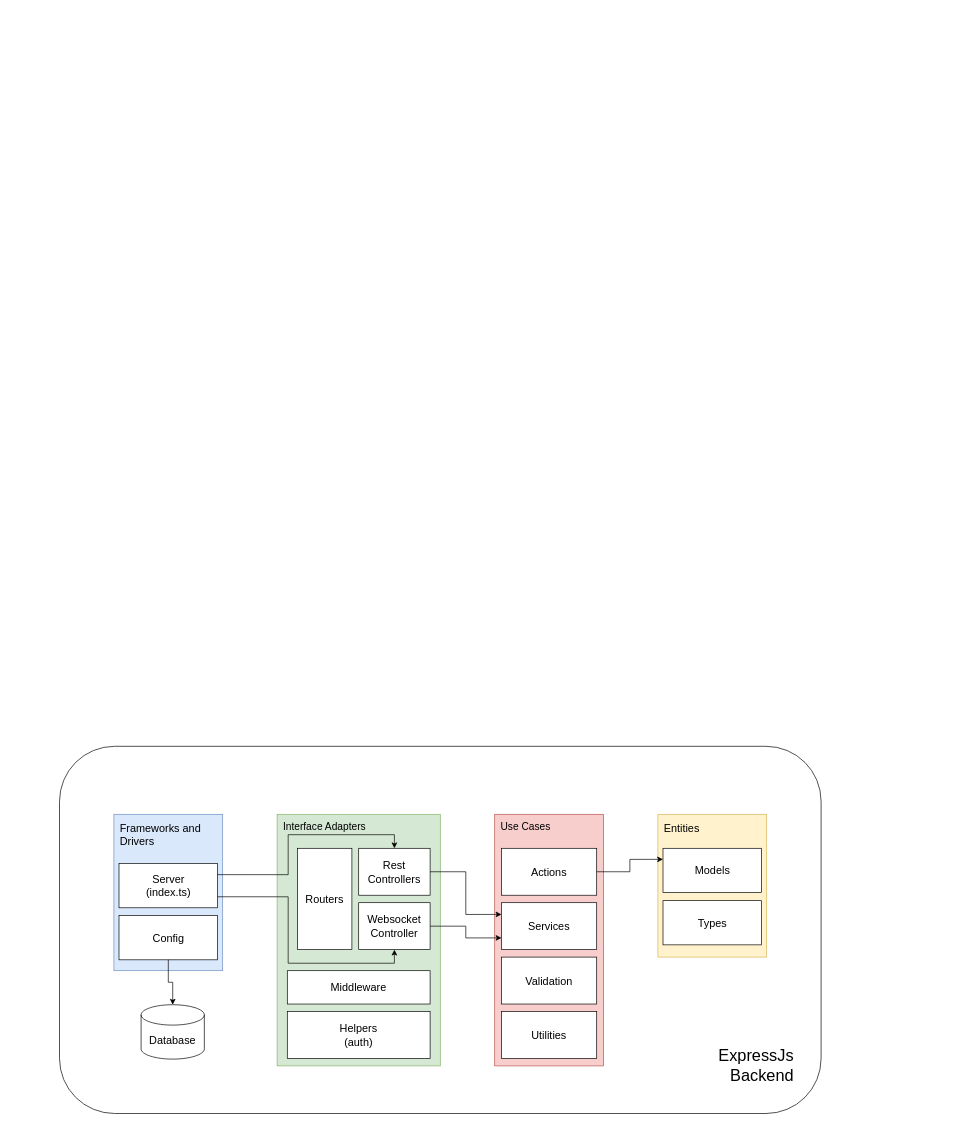
AliceHincu/University keeps this draw.io diagram as ArchitectureDiagram.drawio. Above is the earlier version. Source tidied: cells renumbered, new cells numbered last; positions are measured from the earlier drawing's top-left corner, leaving out a move shared by most shapes. Both pictures are drawn from the tidied source at 68%, with x=0, y=0 at pixel (59, 746).
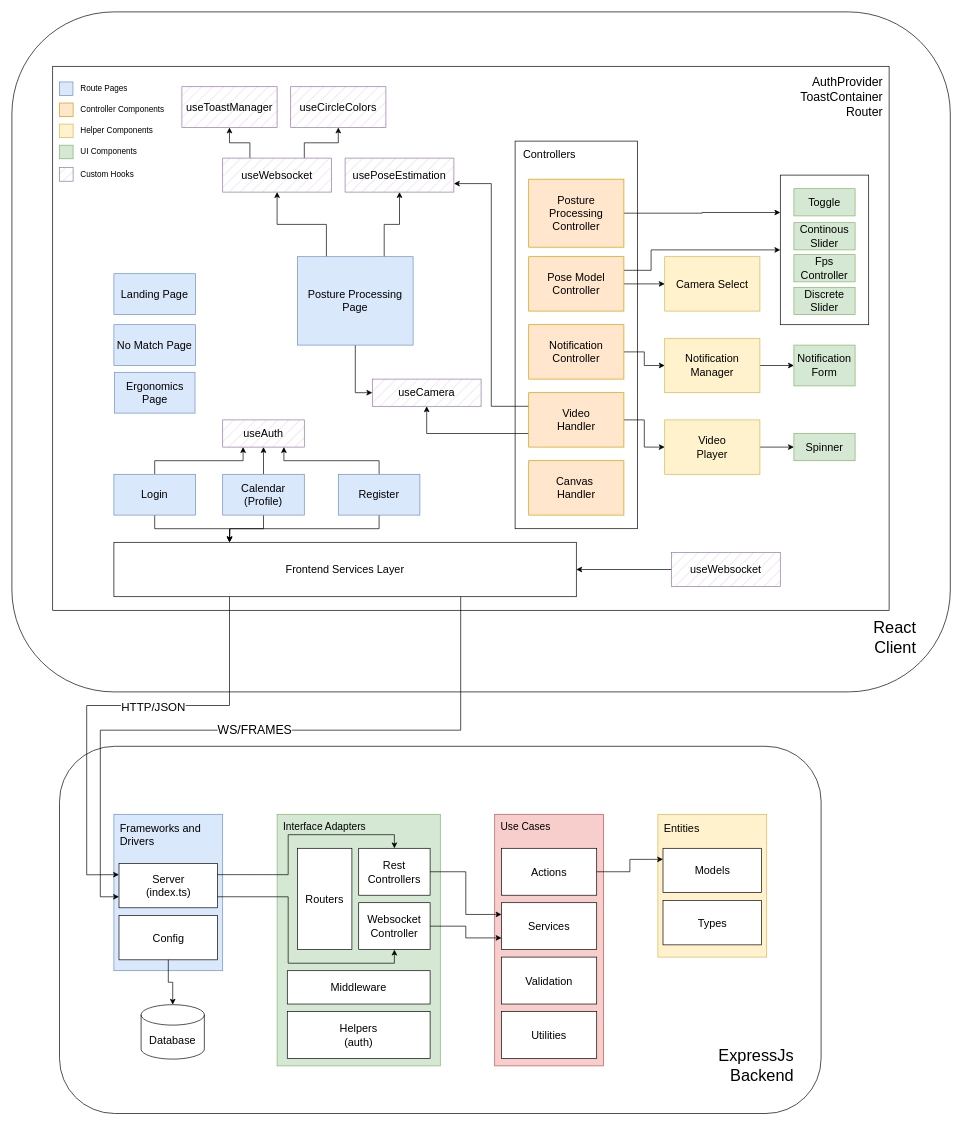
The same page after the edit.

Unchanged cells that the change refers to:
```xml
<mxCell id="19" value="Server &lt;br&gt;(index.ts)" style="rounded=0;whiteSpace=wrap;html=1;fontSize=16;" parent="16" vertex="1">
  <mxGeometry x="7.5" y="72.5" width="145" height="65" as="geometry" />
</mxCell>
```

Change to the diagram source:
```diff
@@
+    <mxCell id="35" value="React&lt;br&gt;Client" style="rounded=1;whiteSpace=wrap;html=1;fontSize=24;gradientColor=none;fillColor=none;verticalAlign=bottom;align=right;spacing=50;" parent="1" vertex="1">
+      <mxGeometry x="-70" y="-1080" width="1380" height="1000" as="geometry" />
+    </mxCell>
+    <mxCell id="36" value="AuthProvider&lt;br style=&quot;font-size: 18px;&quot;&gt;ToastContainer&lt;br style=&quot;font-size: 18px;&quot;&gt;&lt;div style=&quot;font-size: 18px;&quot;&gt;&lt;span style=&quot;background-color: initial; font-size: 18px;&quot;&gt;Router&lt;/span&gt;&lt;/div&gt;" style="rounded=0;whiteSpace=wrap;html=1;fillColor=none;fontSize=18;align=right;verticalAlign=top;spacing=9;spacingLeft=6;" parent="1" vertex="1">
+      <mxGeometry x="-10" y="-1000" width="1230" height="800" as="geometry" />
+    </mxCell>
+    <mxCell id="37" style="rounded=0;whiteSpace=wrap;html=1;fillColor=none;align=left;verticalAlign=top;spacing=7;fontSize=16;" parent="1" vertex="1">
+      <mxGeometry x="1060" y="-840" width="130" height="220" as="geometry" />
+    </mxCell>
@@
+    <mxCell id="38" value="useCamera" style="rounded=0;whiteSpace=wrap;html=1;fillColor=#e1d5e7;strokeColor=#9673a6;fontSize=16;fillStyle=hatch;" parent="1" vertex="1">
+      <mxGeometry x="460" y="-540" width="160" height="40" as="geometry" />
+    </mxCell>
+    <mxCell id="39" value="useCircleColors" style="rounded=0;whiteSpace=wrap;html=1;fillColor=#e1d5e7;strokeColor=#9673a6;fontSize=16;fillStyle=hatch;" parent="1" vertex="1">
+      <mxGeometry x="340" y="-970" width="140" height="60" as="geometry" />
+    </mxCell>
+    <mxCell id="40" value="useToastManager" style="rounded=0;whiteSpace=wrap;html=1;fillColor=#e1d5e7;strokeColor=#9673a6;fontSize=16;fillStyle=hatch;" parent="1" vertex="1">
+      <mxGeometry x="180" y="-970" width="140" height="60" as="geometry" />
+    </mxCell>
+    <mxCell id="41" style="edgeStyle=orthogonalEdgeStyle;rounded=0;jettySize=auto;html=1;exitX=0.25;exitY=0;exitDx=0;exitDy=0;entryX=0.5;entryY=1;entryDx=0;entryDy=0;" parent="1" edge="1" source="43" target="40">
+      <mxGeometry relative="1" as="geometry" />
+    </mxCell>
+    <mxCell id="42" style="edgeStyle=orthogonalEdgeStyle;rounded=0;jettySize=auto;html=1;exitX=0.75;exitY=0;exitDx=0;exitDy=0;entryX=0.5;entryY=1;entryDx=0;entryDy=0;" parent="1" edge="1" source="43" target="39">
+      <mxGeometry relative="1" as="geometry" />
+    </mxCell>
+    <mxCell id="43" value="useWebsocket" style="rounded=0;whiteSpace=wrap;html=1;fillColor=#e1d5e7;strokeColor=#9673a6;fontSize=16;fillStyle=hatch;" parent="1" vertex="1">
+      <mxGeometry x="240" y="-865" width="160" height="50" as="geometry" />
+    </mxCell>
+    <mxCell id="44" value="useAuth" style="rounded=0;whiteSpace=wrap;html=1;fillColor=#e1d5e7;strokeColor=#9673a6;fontSize=16;fillStyle=hatch;" parent="1" vertex="1">
+      <mxGeometry x="240" y="-480" width="120" height="40" as="geometry" />
+    </mxCell>
+    <mxCell id="45" value="Landing Page" style="rounded=0;whiteSpace=wrap;html=1;fillColor=#dae8fc;strokeColor=#6c8ebf;fillStyle=auto;fontSize=16;" parent="1" vertex="1">
+      <mxGeometry x="80" y="-695" width="120" height="60" as="geometry" />
+    </mxCell>
+    <mxCell id="46" value="No Match Page" style="rounded=0;whiteSpace=wrap;html=1;fillColor=#dae8fc;strokeColor=#6c8ebf;fillStyle=auto;fontSize=16;" parent="1" vertex="1">
+      <mxGeometry x="80" y="-620" width="120" height="60" as="geometry" />
+    </mxCell>
+    <mxCell id="47" style="edgeStyle=orthogonalEdgeStyle;rounded=0;jettySize=auto;html=1;exitX=0.5;exitY=0;exitDx=0;exitDy=0;entryX=0.5;entryY=1;entryDx=0;entryDy=0;" parent="1" edge="1" source="49" target="44">
+      <mxGeometry relative="1" as="geometry" />
+    </mxCell>
+    <mxCell id="48" style="edgeStyle=orthogonalEdgeStyle;rounded=0;jettySize=auto;html=1;exitX=0.5;exitY=1;exitDx=0;exitDy=0;" parent="1" edge="1" source="49">
+      <mxGeometry relative="1" as="geometry">
+        <mxPoint x="250" y="-300" as="targetPoint" />
+      </mxGeometry>
+    </mxCell>
+    <mxCell id="49" value="Calendar&lt;br&gt;(Profile)" style="rounded=0;whiteSpace=wrap;html=1;fillColor=#dae8fc;strokeColor=#6c8ebf;fillStyle=auto;fontSize=16;" parent="1" vertex="1">
+      <mxGeometry x="240" y="-400" width="120" height="60" as="geometry" />
+    </mxCell>
+    <mxCell id="50" style="edgeStyle=orthogonalEdgeStyle;rounded=0;jettySize=auto;html=1;exitX=0.5;exitY=0;exitDx=0;exitDy=0;entryX=0.25;entryY=1;entryDx=0;entryDy=0;" parent="1" edge="1" source="52" target="44">
+      <mxGeometry relative="1" as="geometry" />
+    </mxCell>
+    <mxCell id="51" style="edgeStyle=orthogonalEdgeStyle;rounded=0;jettySize=auto;html=1;exitX=0.5;exitY=1;exitDx=0;exitDy=0;entryX=0.25;entryY=0;entryDx=0;entryDy=0;" parent="1" edge="1" source="52" target="62">
+      <mxGeometry relative="1" as="geometry" />
+    </mxCell>
+    <mxCell id="52" value="Login" style="rounded=0;whiteSpace=wrap;html=1;fillColor=#dae8fc;strokeColor=#6c8ebf;fillStyle=auto;fontSize=16;" parent="1" vertex="1">
+      <mxGeometry x="80" y="-400" width="120" height="60" as="geometry" />
+    </mxCell>
+    <mxCell id="53" style="edgeStyle=orthogonalEdgeStyle;rounded=0;jettySize=auto;html=1;exitX=0.5;exitY=0;exitDx=0;exitDy=0;entryX=0.75;entryY=1;entryDx=0;entryDy=0;" parent="1" edge="1" source="55" target="44">
+      <mxGeometry relative="1" as="geometry" />
+    </mxCell>
+    <mxCell id="54" style="edgeStyle=orthogonalEdgeStyle;rounded=0;jettySize=auto;html=1;exitX=0.5;exitY=1;exitDx=0;exitDy=0;" parent="1" edge="1" source="55">
+      <mxGeometry relative="1" as="geometry">
+        <mxPoint x="250" y="-300" as="targetPoint" />
+      </mxGeometry>
+    </mxCell>
+    <mxCell id="55" value="Register" style="rounded=0;whiteSpace=wrap;html=1;fillColor=#dae8fc;strokeColor=#6c8ebf;fillStyle=auto;fontSize=16;" parent="1" vertex="1">
+      <mxGeometry x="410" y="-400" width="120" height="60" as="geometry" />
+    </mxCell>
+    <mxCell id="56" value="Ergonomics &lt;br&gt;Page" style="rounded=0;whiteSpace=wrap;html=1;fillColor=#dae8fc;strokeColor=#6c8ebf;fillStyle=auto;fontSize=16;" parent="1" vertex="1">
+      <mxGeometry x="80.8" y="-550" width="118.5" height="60" as="geometry" />
+    </mxCell>
+    <mxCell id="57" style="edgeStyle=orthogonalEdgeStyle;rounded=0;jettySize=auto;html=1;exitX=0.75;exitY=0;exitDx=0;exitDy=0;entryX=0.5;entryY=1;entryDx=0;entryDy=0;" parent="1" edge="1" source="60" target="78">
+      <mxGeometry relative="1" as="geometry" />
+    </mxCell>
+    <mxCell id="58" style="edgeStyle=orthogonalEdgeStyle;rounded=0;jettySize=auto;html=1;exitX=0.25;exitY=0;exitDx=0;exitDy=0;entryX=0.5;entryY=1;entryDx=0;entryDy=0;" parent="1" edge="1" source="60" target="43">
+      <mxGeometry relative="1" as="geometry" />
+    </mxCell>
+    <mxCell id="59" style="edgeStyle=orthogonalEdgeStyle;rounded=0;jettySize=auto;html=1;exitX=0.5;exitY=1;exitDx=0;exitDy=0;entryX=0;entryY=0.5;entryDx=0;entryDy=0;" parent="1" edge="1" source="60" target="38">
+      <mxGeometry relative="1" as="geometry" />
+    </mxCell>
+    <mxCell id="60" value="Posture Processing&lt;br&gt;Page" style="rounded=0;whiteSpace=wrap;html=1;fillColor=#dae8fc;strokeColor=#6c8ebf;fillStyle=auto;fontSize=16;" parent="1" vertex="1">
+      <mxGeometry x="350" y="-720" width="170" height="130" as="geometry" />
+    </mxCell>
+    <mxCell id="61" value="WS/FRAMES" style="edgeStyle=orthogonalEdgeStyle;rounded=0;jettySize=auto;html=1;exitX=0.75;exitY=1;exitDx=0;exitDy=0;entryX=0;entryY=0.75;entryDx=0;entryDy=0;fontSize=18;" parent="1" edge="1" source="62" target="19">
+      <mxGeometry relative="1" as="geometry" />
+    </mxCell>
+    <mxCell id="62" value="Frontend Services Layer" style="rounded=0;whiteSpace=wrap;html=1;fontSize=16;fillColor=none;" parent="1" vertex="1">
+      <mxGeometry x="80" y="-300" width="680" height="80" as="geometry" />
+    </mxCell>
+    <mxCell id="63" style="endArrow=classic;html=1;rounded=0;exitX=0.25;exitY=1;exitDx=0;exitDy=0;entryX=0;entryY=0.25;entryDx=0;entryDy=0;" parent="1" edge="1" source="62" target="19">
+      <mxGeometry relative="1" as="geometry">
+        <Array as="points">
+          <mxPoint x="250" y="-60" />
+          <mxPoint x="40" y="-60" />
+          <mxPoint x="40" y="189" />
+        </Array>
+      </mxGeometry>
+    </mxCell>
+    <mxCell id="64" value="HTTP/JSON" style="edgeLabel;html=1;align=center;verticalAlign=middle;fontSize=17;" parent="63" vertex="1">
+      <mxGeometry x="-0.18" y="2" relative="1" as="geometry" />
+    </mxCell>
+    <mxCell id="65" value="Controllers" style="rounded=0;whiteSpace=wrap;html=1;fillColor=none;fontSize=16;align=left;verticalAlign=top;spacing=6;spacingLeft=6;" parent="1" vertex="1">
+      <mxGeometry x="670" y="-890" width="180" height="570" as="geometry" />
+    </mxCell>
+    <mxCell id="66" style="edgeStyle=orthogonalEdgeStyle;rounded=0;jettySize=auto;html=1;exitX=1;exitY=0.5;exitDx=0;exitDy=0;entryX=0;entryY=0.5;entryDx=0;entryDy=0;" parent="1" edge="1" source="68" target="83">
+      <mxGeometry relative="1" as="geometry" />
+    </mxCell>
+    <mxCell id="67" style="edgeStyle=orthogonalEdgeStyle;rounded=0;jettySize=auto;html=1;exitX=1;exitY=0.25;exitDx=0;exitDy=0;entryX=0;entryY=0.5;entryDx=0;entryDy=0;" parent="1" edge="1" source="68" target="37">
+      <mxGeometry relative="1" as="geometry">
+        <Array as="points">
+          <mxPoint x="870" y="-700" />
+          <mxPoint x="870" y="-730" />
+        </Array>
+      </mxGeometry>
+    </mxCell>
+    <mxCell id="68" value="Pose Model&lt;br&gt;Controller" style="rounded=0;whiteSpace=wrap;html=1;fillColor=#ffe6cc;strokeColor=#d79b00;fillStyle=auto;fontSize=16;" parent="1" vertex="1">
+      <mxGeometry x="690" y="-720" width="140" height="80" as="geometry" />
+    </mxCell>
+    <mxCell id="69" style="edgeStyle=orthogonalEdgeStyle;rounded=0;jettySize=auto;html=1;exitX=1;exitY=0.5;exitDx=0;exitDy=0;entryX=0;entryY=0.25;entryDx=0;entryDy=0;" parent="1" edge="1" source="70" target="37">
+      <mxGeometry relative="1" as="geometry" />
+    </mxCell>
+    <mxCell id="70" value="Posture Processing&lt;br&gt;Controller" style="rounded=0;whiteSpace=wrap;html=1;fillColor=#ffe6cc;strokeColor=#d79b00;fillStyle=auto;fontSize=16;" parent="1" vertex="1">
+      <mxGeometry x="690" y="-834" width="140" height="100" as="geometry" />
+    </mxCell>
+    <mxCell id="71" style="edgeStyle=orthogonalEdgeStyle;rounded=0;jettySize=auto;html=1;exitX=1;exitY=0.5;exitDx=0;exitDy=0;entryX=0;entryY=0.5;entryDx=0;entryDy=0;" parent="1" edge="1" source="72" target="82">
+      <mxGeometry relative="1" as="geometry" />
+    </mxCell>
+    <mxCell id="72" value="Notification&lt;br&gt;Controller" style="rounded=0;whiteSpace=wrap;html=1;fillColor=#ffe6cc;strokeColor=#d79b00;fillStyle=auto;fontSize=16;" parent="1" vertex="1">
+      <mxGeometry x="690" y="-620" width="140" height="80" as="geometry" />
+    </mxCell>
+    <mxCell id="73" style="edgeStyle=orthogonalEdgeStyle;rounded=0;jettySize=auto;html=1;exitX=0;exitY=0.25;exitDx=0;exitDy=0;entryX=1;entryY=0.75;entryDx=0;entryDy=0;" parent="1" edge="1" source="76" target="78">
+      <mxGeometry relative="1" as="geometry" />
+    </mxCell>
+    <mxCell id="74" style="edgeStyle=orthogonalEdgeStyle;rounded=0;jettySize=auto;html=1;exitX=0;exitY=0.75;exitDx=0;exitDy=0;entryX=0.5;entryY=1;entryDx=0;entryDy=0;" parent="1" edge="1" source="76" target="38">
+      <mxGeometry relative="1" as="geometry" />
+    </mxCell>
+    <mxCell id="75" style="edgeStyle=orthogonalEdgeStyle;rounded=0;jettySize=auto;html=1;exitX=1;exitY=0.5;exitDx=0;exitDy=0;entryX=0;entryY=0.5;entryDx=0;entryDy=0;" parent="1" edge="1" source="76" target="80">
+      <mxGeometry relative="1" as="geometry" />
+    </mxCell>
+    <mxCell id="76" value="Video&lt;br&gt;Handler" style="rounded=0;whiteSpace=wrap;html=1;fillColor=#ffe6cc;strokeColor=#d79b00;fillStyle=auto;fontSize=16;" parent="1" vertex="1">
+      <mxGeometry x="690" y="-520" width="140" height="80" as="geometry" />
+    </mxCell>
+    <mxCell id="77" value="Canvas&amp;nbsp;&lt;br&gt;Handler" style="rounded=0;whiteSpace=wrap;html=1;fillColor=#ffe6cc;strokeColor=#d79b00;fillStyle=auto;fontSize=16;" parent="1" vertex="1">
+      <mxGeometry x="690" y="-420" width="140" height="80" as="geometry" />
+    </mxCell>
+    <mxCell id="78" value="usePoseEstimation" style="rounded=0;whiteSpace=wrap;html=1;fillColor=#e1d5e7;strokeColor=#9673a6;fontSize=16;fillStyle=hatch;" parent="1" vertex="1">
+      <mxGeometry x="420" y="-865" width="160" height="50" as="geometry" />
+    </mxCell>
+    <mxCell id="79" style="edgeStyle=orthogonalEdgeStyle;rounded=0;jettySize=auto;html=1;exitX=1;exitY=0.5;exitDx=0;exitDy=0;entryX=0;entryY=0.5;entryDx=0;entryDy=0;" parent="1" edge="1" source="80" target="91">
+      <mxGeometry relative="1" as="geometry" />
+    </mxCell>
+    <mxCell id="80" value="Video&lt;br&gt;Player" style="rounded=0;whiteSpace=wrap;html=1;fillColor=#fff2cc;strokeColor=#d6b656;fillStyle=auto;fontSize=16;" parent="1" vertex="1">
+      <mxGeometry x="890" y="-480" width="140" height="80" as="geometry" />
+    </mxCell>
+    <mxCell id="81" style="edgeStyle=orthogonalEdgeStyle;rounded=0;jettySize=auto;html=1;exitX=1;exitY=0.5;exitDx=0;exitDy=0;entryX=0;entryY=0.5;entryDx=0;entryDy=0;" parent="1" edge="1" source="82" target="88">
+      <mxGeometry relative="1" as="geometry" />
+    </mxCell>
+    <mxCell id="82" value="Notification&lt;br&gt;Manager" style="rounded=0;whiteSpace=wrap;html=1;fillColor=#fff2cc;strokeColor=#d6b656;fillStyle=auto;fontSize=16;" parent="1" vertex="1">
+      <mxGeometry x="890" y="-600" width="140" height="80" as="geometry" />
+    </mxCell>
+    <mxCell id="83" value="Camera Select" style="rounded=0;whiteSpace=wrap;html=1;fillColor=#fff2cc;strokeColor=#d6b656;fillStyle=auto;fontSize=16;" parent="1" vertex="1">
+      <mxGeometry x="890" y="-720" width="140" height="80" as="geometry" />
+    </mxCell>
+    <mxCell id="84" value="Fps Controller" style="rounded=0;whiteSpace=wrap;html=1;fillColor=#d5e8d4;strokeColor=#82b366;fillStyle=auto;fontSize=16;" parent="1" vertex="1">
+      <mxGeometry x="1080" y="-723" width="90" height="40" as="geometry" />
+    </mxCell>
+    <mxCell id="85" value="Toggle" style="rounded=0;whiteSpace=wrap;html=1;fillColor=#d5e8d4;strokeColor=#82b366;fillStyle=auto;fontSize=16;" parent="1" vertex="1">
+      <mxGeometry x="1080" y="-820" width="90" height="40" as="geometry" />
+    </mxCell>
+    <mxCell id="86" value="Discrete&lt;br&gt;Slider" style="rounded=0;whiteSpace=wrap;html=1;fillColor=#d5e8d4;strokeColor=#82b366;fillStyle=auto;fontSize=16;" parent="1" vertex="1">
+      <mxGeometry x="1080" y="-675" width="90" height="40" as="geometry" />
+    </mxCell>
+    <mxCell id="87" value="Continous&lt;br&gt;Slider" style="rounded=0;whiteSpace=wrap;html=1;fillColor=#d5e8d4;strokeColor=#82b366;fillStyle=auto;fontSize=16;" parent="1" vertex="1">
+      <mxGeometry x="1080" y="-770" width="90" height="40" as="geometry" />
+    </mxCell>
+    <mxCell id="88" value="Notification&lt;br&gt;Form" style="rounded=0;whiteSpace=wrap;html=1;fillColor=#d5e8d4;strokeColor=#82b366;fillStyle=auto;fontSize=16;" parent="1" vertex="1">
+      <mxGeometry x="1080" y="-590" width="90" height="60" as="geometry" />
+    </mxCell>
+    <mxCell id="89" style="edgeStyle=orthogonalEdgeStyle;rounded=0;jettySize=auto;html=1;exitX=0;exitY=0.5;exitDx=0;exitDy=0;entryX=1;entryY=0.5;entryDx=0;entryDy=0;" parent="1" edge="1" source="90" target="62">
+      <mxGeometry relative="1" as="geometry" />
+    </mxCell>
+    <mxCell id="90" value="useWebsocket" style="rounded=0;whiteSpace=wrap;html=1;fillColor=#e1d5e7;strokeColor=#9673a6;fontSize=16;fillStyle=hatch;" parent="1" vertex="1">
+      <mxGeometry x="900" y="-285" width="160" height="50" as="geometry" />
+    </mxCell>
+    <mxCell id="91" value="Spinner" style="rounded=0;whiteSpace=wrap;html=1;fillColor=#d5e8d4;strokeColor=#82b366;fillStyle=auto;fontSize=16;" parent="1" vertex="1">
+      <mxGeometry x="1080" y="-460" width="90" height="40" as="geometry" />
+    </mxCell>
+    <mxCell id="92" style="group;" parent="1" vertex="1">
+      <mxGeometry x="-0.2" y="-982" width="109.2" height="30" as="geometry" />
+    </mxCell>
+    <mxCell id="93" style="whiteSpace=wrap;html=1;fillColor=#dae8fc;strokeColor=#6c8ebf;" parent="92" vertex="1">
+      <mxGeometry y="5" width="20" height="20" as="geometry" />
+    </mxCell>
+    <mxCell id="94" value="Route Pages" style="text;html=1;strokeColor=none;fillColor=none;align=left;verticalAlign=middle;whiteSpace=wrap;rounded=0;" parent="92" vertex="1">
+      <mxGeometry x="29.2" width="80" height="30" as="geometry" />
+    </mxCell>
+    <mxCell id="95" style="group;" parent="1" vertex="1">
+      <mxGeometry y="-951" width="159" height="30" as="geometry" />
+    </mxCell>
+    <mxCell id="96" style="whiteSpace=wrap;html=1;fillColor=#ffe6cc;strokeColor=#d79b00;" parent="95" vertex="1">
+      <mxGeometry y="5" width="20" height="20" as="geometry" />
+    </mxCell>
+    <mxCell id="97" value="Controller Components" style="text;html=1;strokeColor=none;fillColor=none;align=left;verticalAlign=middle;whiteSpace=wrap;rounded=0;" parent="95" vertex="1">
+      <mxGeometry x="29.2" width="129.8" height="30" as="geometry" />
+    </mxCell>
+    <mxCell id="98" style="group;" parent="1" vertex="1">
+      <mxGeometry y="-920" width="159" height="30" as="geometry" />
+    </mxCell>
+    <mxCell id="99" style="whiteSpace=wrap;html=1;fillColor=#fff2cc;strokeColor=#d6b656;" parent="98" vertex="1">
+      <mxGeometry y="5" width="20" height="20" as="geometry" />
+    </mxCell>
+    <mxCell id="100" value="Helper Components" style="text;html=1;strokeColor=none;fillColor=none;align=left;verticalAlign=middle;whiteSpace=wrap;rounded=0;" parent="98" vertex="1">
+      <mxGeometry x="29.2" width="129.8" height="30" as="geometry" />
+    </mxCell>
+    <mxCell id="101" style="group;" parent="1" vertex="1">
+      <mxGeometry y="-889" width="159" height="30" as="geometry" />
+    </mxCell>
+    <mxCell id="102" style="whiteSpace=wrap;html=1;fillColor=#d5e8d4;strokeColor=#82b366;" parent="101" vertex="1">
+      <mxGeometry y="5" width="20" height="20" as="geometry" />
+    </mxCell>
+    <mxCell id="103" value="UI Components" style="text;html=1;strokeColor=none;fillColor=none;align=left;verticalAlign=middle;whiteSpace=wrap;rounded=0;" parent="101" vertex="1">
+      <mxGeometry x="29.2" width="129.8" height="30" as="geometry" />
+    </mxCell>
+    <mxCell id="104" style="group;" parent="1" vertex="1">
+      <mxGeometry y="-856" width="159" height="30" as="geometry" />
+    </mxCell>
+    <mxCell id="105" style="whiteSpace=wrap;html=1;fillColor=#e1d5e7;strokeColor=#9673a6;fillStyle=hatch;" parent="104" vertex="1">
+      <mxGeometry y="5" width="20" height="20" as="geometry" />
+    </mxCell>
+    <mxCell id="106" value="Custom Hooks" style="text;html=1;strokeColor=none;fillColor=none;align=left;verticalAlign=middle;whiteSpace=wrap;rounded=0;" parent="104" vertex="1">
+      <mxGeometry x="29.2" width="129.8" height="30" as="geometry" />
+    </mxCell>
```
